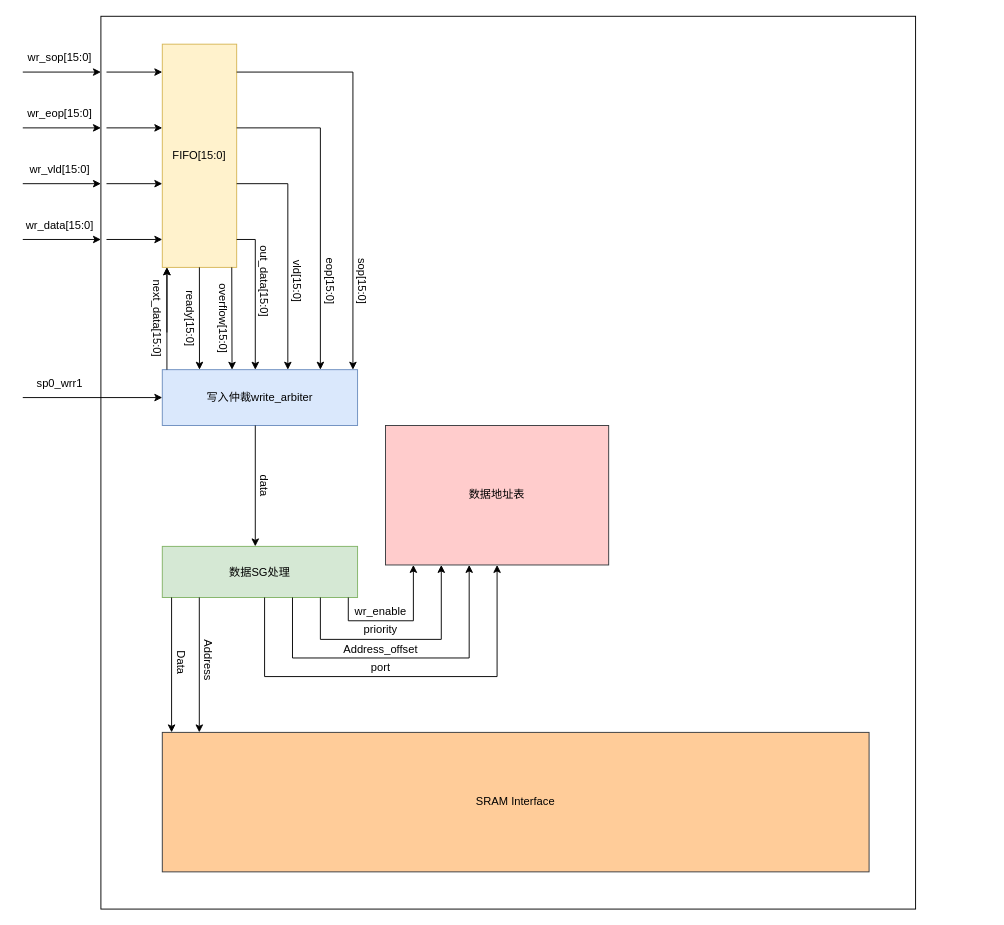
miilTgy/sram_ctl keeps this draw.io diagram as system_block.drawio. Above is the earlier version. Source tidied: cells renumbered, new cells numbered last; positions are measured from the earlier drawing's top-left corner, leaving out a move shared by most shapes. Both pictures are drawn from the tidied source at 93%, with x=0, y=0 at pixel (22, 16).
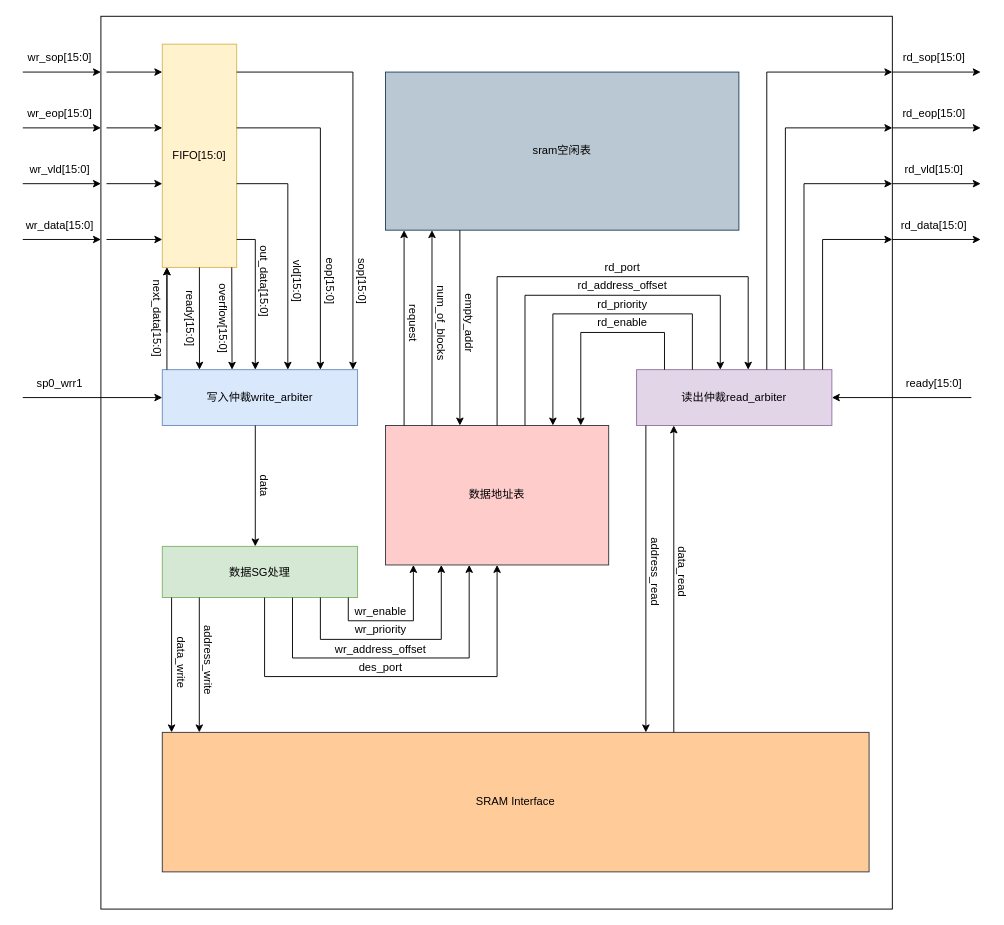
After the change.

Commit message (it also covers changes not shown here):
Modified system_block.

What changed in the source:
```diff
@@
     <mxCell id="2" style="rounded=0;whiteSpace=wrap;html=1;fillColor=none;" parent="1" vertex="1">
-      <mxGeometry x="84" width="876" height="960" as="geometry" />
+      <mxGeometry x="84" width="851" height="960" as="geometry" />
     </mxCell>
@@
-    <mxCell id="38" value="Data" style="text;html=1;align=center;verticalAlign=middle;whiteSpace=wrap;rounded=0;rotation=90;" parent="1" vertex="1">
+    <mxCell id="38" value="data_write" style="text;html=1;align=center;verticalAlign=middle;whiteSpace=wrap;rounded=0;rotation=90;" parent="1" vertex="1">
       <mxGeometry x="140" y="680" width="60" height="30" as="geometry" />
     </mxCell>
-    <mxCell id="39" value="Address" style="text;html=1;align=center;verticalAlign=middle;whiteSpace=wrap;rounded=0;rotation=90;" parent="1" vertex="1">
+    <mxCell id="39" value="address_write" style="text;html=1;align=center;verticalAlign=middle;whiteSpace=wrap;rounded=0;rotation=90;" parent="1" vertex="1">
       <mxGeometry x="170" y="677.5" width="60" height="30" as="geometry" />
     </mxCell>
@@
-    <mxCell id="44" value="priority" style="text;html=1;align=center;verticalAlign=middle;whiteSpace=wrap;rounded=0;" parent="1" vertex="1">
+    <mxCell id="44" value="wr_priority" style="text;html=1;align=center;verticalAlign=middle;whiteSpace=wrap;rounded=0;" parent="1" vertex="1">
       <mxGeometry x="355" y="645" width="60" height="30" as="geometry" />
     </mxCell>
@@
-    <mxCell id="46" value="Address_offset" style="text;html=1;align=center;verticalAlign=middle;whiteSpace=wrap;rounded=0;" parent="1" vertex="1">
+    <mxCell id="46" value="wr_address_offset" style="text;html=1;align=center;verticalAlign=middle;whiteSpace=wrap;rounded=0;" parent="1" vertex="1">
       <mxGeometry x="355" y="666" width="60" height="30" as="geometry" />
     </mxCell>
@@
-    <mxCell id="48" value="port" style="text;html=1;align=center;verticalAlign=middle;whiteSpace=wrap;rounded=0;" parent="1" vertex="1">
+    <mxCell id="48" value="des_port" style="text;html=1;align=center;verticalAlign=middle;whiteSpace=wrap;rounded=0;" parent="1" vertex="1">
       <mxGeometry x="355" y="685" width="60" height="30" as="geometry" />
     </mxCell>
@@
+    <mxCell id="51" value="读出仲裁read_arbiter" style="rounded=0;whiteSpace=wrap;html=1;fillColor=#e1d5e7;strokeColor=#9673a6;" parent="1" vertex="1">
+      <mxGeometry x="660" y="380" width="210" height="60" as="geometry" />
+    </mxCell>
+    <mxCell id="52" style="endArrow=classic;html=1;rounded=0;" parent="1" edge="1">
+      <mxGeometry relative="1" as="geometry">
+        <mxPoint x="670" y="440" as="sourcePoint" />
+        <mxPoint x="670" y="770" as="targetPoint" />
+      </mxGeometry>
+    </mxCell>
+    <mxCell id="53" value="address_read" style="text;html=1;align=center;verticalAlign=middle;whiteSpace=wrap;rounded=0;rotation=90;" parent="1" vertex="1">
+      <mxGeometry x="650" y="582.5" width="60" height="30" as="geometry" />
+    </mxCell>
+    <mxCell id="54" style="endArrow=classic;html=1;rounded=0;" parent="1" edge="1">
+      <mxGeometry relative="1" as="geometry">
+        <mxPoint x="700" y="770" as="sourcePoint" />
+        <mxPoint x="700" y="440" as="targetPoint" />
+      </mxGeometry>
+    </mxCell>
+    <mxCell id="55" value="data_read" style="text;html=1;align=center;verticalAlign=middle;whiteSpace=wrap;rounded=0;rotation=90;" parent="1" vertex="1">
+      <mxGeometry x="680" y="582.5" width="60" height="30" as="geometry" />
+    </mxCell>
+    <mxCell id="56" style="endArrow=classic;html=1;rounded=0;" parent="1" edge="1">
+      <mxGeometry relative="1" as="geometry">
+        <mxPoint x="690" y="380" as="sourcePoint" />
+        <mxPoint x="600" y="440" as="targetPoint" />
+        <Array as="points">
+          <mxPoint x="690" y="340" />
+          <mxPoint x="600" y="340" />
+        </Array>
+      </mxGeometry>
+    </mxCell>
+    <mxCell id="57" value="rd_enable" style="text;html=1;align=center;verticalAlign=middle;whiteSpace=wrap;rounded=0;" parent="1" vertex="1">
+      <mxGeometry x="615" y="315" width="60" height="30" as="geometry" />
+    </mxCell>
+    <mxCell id="58" style="endArrow=classic;html=1;rounded=0;" parent="1" edge="1">
+      <mxGeometry relative="1" as="geometry">
+        <mxPoint x="720" y="380" as="sourcePoint" />
+        <mxPoint x="570" y="440" as="targetPoint" />
+        <Array as="points">
+          <mxPoint x="720" y="320" />
+          <mxPoint x="570" y="320" />
+        </Array>
+      </mxGeometry>
+    </mxCell>
+    <mxCell id="59" value="rd_priority" style="text;html=1;align=center;verticalAlign=middle;whiteSpace=wrap;rounded=0;" parent="1" vertex="1">
+      <mxGeometry x="615" y="295" width="60" height="30" as="geometry" />
+    </mxCell>
+    <mxCell id="60" style="endArrow=classic;html=1;rounded=0;" parent="1" edge="1">
+      <mxGeometry relative="1" as="geometry">
+        <mxPoint x="540" y="440" as="sourcePoint" />
+        <mxPoint x="750" y="380" as="targetPoint" />
+        <Array as="points">
+          <mxPoint x="540" y="300" />
+          <mxPoint x="750" y="300" />
+        </Array>
+      </mxGeometry>
+    </mxCell>
+    <mxCell id="61" value="rd_address_offset" style="text;html=1;align=center;verticalAlign=middle;whiteSpace=wrap;rounded=0;" parent="1" vertex="1">
+      <mxGeometry x="615" y="275" width="60" height="30" as="geometry" />
+    </mxCell>
+    <mxCell id="62" style="endArrow=classic;html=1;rounded=0;" parent="1" edge="1">
+      <mxGeometry relative="1" as="geometry">
+        <mxPoint x="510" y="440" as="sourcePoint" />
+        <mxPoint x="780" y="380" as="targetPoint" />
+        <Array as="points">
+          <mxPoint x="510" y="280" />
+          <mxPoint x="780" y="280" />
+        </Array>
+      </mxGeometry>
+    </mxCell>
+    <mxCell id="63" value="rd_port" style="text;html=1;align=center;verticalAlign=middle;whiteSpace=wrap;rounded=0;" parent="1" vertex="1">
+      <mxGeometry x="615" y="255" width="60" height="30" as="geometry" />
+    </mxCell>
+    <mxCell id="64" style="endArrow=classic;html=1;rounded=0;" parent="1" edge="1">
+      <mxGeometry relative="1" as="geometry">
+        <mxPoint x="1020" y="410" as="sourcePoint" />
+        <mxPoint x="870" y="410" as="targetPoint" />
+      </mxGeometry>
+    </mxCell>
+    <mxCell id="65" value="ready[15:0]" style="text;html=1;align=center;verticalAlign=middle;whiteSpace=wrap;rounded=0;" parent="1" vertex="1">
+      <mxGeometry x="950" y="380" width="60" height="30" as="geometry" />
+    </mxCell>
+    <mxCell id="66" style="endArrow=classic;html=1;rounded=0;" parent="1" edge="1">
+      <mxGeometry relative="1" as="geometry">
+        <mxPoint x="800" y="380" as="sourcePoint" />
+        <mxPoint x="935" y="60" as="targetPoint" />
+        <Array as="points">
+          <mxPoint x="800" y="60" />
+        </Array>
+      </mxGeometry>
+    </mxCell>
+    <mxCell id="67" style="endArrow=classic;html=1;rounded=0;" parent="1" edge="1">
+      <mxGeometry relative="1" as="geometry">
+        <mxPoint x="820" y="380" as="sourcePoint" />
+        <mxPoint x="935" y="120" as="targetPoint" />
+        <Array as="points">
+          <mxPoint x="820" y="120" />
+        </Array>
+      </mxGeometry>
+    </mxCell>
+    <mxCell id="68" style="endArrow=classic;html=1;rounded=0;" parent="1" edge="1">
+      <mxGeometry relative="1" as="geometry">
+        <mxPoint x="840" y="380" as="sourcePoint" />
+        <mxPoint x="935" y="180" as="targetPoint" />
+        <Array as="points">
+          <mxPoint x="840" y="180" />
+        </Array>
+      </mxGeometry>
+    </mxCell>
+    <mxCell id="69" style="endArrow=classic;html=1;rounded=0;" parent="1" edge="1">
+      <mxGeometry relative="1" as="geometry">
+        <mxPoint x="860" y="380" as="sourcePoint" />
+        <mxPoint x="935" y="240" as="targetPoint" />
+        <Array as="points">
+          <mxPoint x="860" y="240" />
+        </Array>
+      </mxGeometry>
+    </mxCell>
+    <mxCell id="70" value="rd_sop[15:0]" style="text;html=1;align=center;verticalAlign=middle;whiteSpace=wrap;rounded=0;" parent="1" vertex="1">
+      <mxGeometry x="950" y="30" width="60" height="30" as="geometry" />
+    </mxCell>
+    <mxCell id="71" style="endArrow=classic;html=1;rounded=0;" parent="1" edge="1">
+      <mxGeometry relative="1" as="geometry">
+        <mxPoint x="935" y="60" as="sourcePoint" />
+        <mxPoint x="1030" y="60" as="targetPoint" />
+      </mxGeometry>
+    </mxCell>
+    <mxCell id="72" style="endArrow=classic;html=1;rounded=0;" parent="1" edge="1">
+      <mxGeometry relative="1" as="geometry">
+        <mxPoint x="935" y="120" as="sourcePoint" />
+        <mxPoint x="1030" y="120" as="targetPoint" />
+      </mxGeometry>
+    </mxCell>
+    <mxCell id="73" style="endArrow=classic;html=1;rounded=0;" parent="1" edge="1">
+      <mxGeometry relative="1" as="geometry">
+        <mxPoint x="935" y="180" as="sourcePoint" />
+        <mxPoint x="1030" y="180" as="targetPoint" />
+      </mxGeometry>
+    </mxCell>
+    <mxCell id="74" style="endArrow=classic;html=1;rounded=0;" parent="1" edge="1">
+      <mxGeometry relative="1" as="geometry">
+        <mxPoint x="935" y="240" as="sourcePoint" />
+        <mxPoint x="1030" y="240" as="targetPoint" />
+      </mxGeometry>
+    </mxCell>
+    <mxCell id="75" value="rd_eop[15:0]" style="text;html=1;align=center;verticalAlign=middle;whiteSpace=wrap;rounded=0;" parent="1" vertex="1">
+      <mxGeometry x="950" y="90" width="60" height="30" as="geometry" />
+    </mxCell>
+    <mxCell id="76" value="rd_vld[15:0]" style="text;html=1;align=center;verticalAlign=middle;whiteSpace=wrap;rounded=0;" parent="1" vertex="1">
+      <mxGeometry x="950" y="150" width="60" height="30" as="geometry" />
+    </mxCell>
+    <mxCell id="77" value="rd_data[15:0]" style="text;html=1;align=center;verticalAlign=middle;whiteSpace=wrap;rounded=0;" parent="1" vertex="1">
+      <mxGeometry x="950" y="210" width="60" height="30" as="geometry" />
+    </mxCell>
+    <mxCell id="78" value="sram空闲表" style="rounded=0;whiteSpace=wrap;html=1;fillColor=#bac8d3;strokeColor=#23445d;" parent="1" vertex="1">
+      <mxGeometry x="390" y="60" width="380" height="170" as="geometry" />
+    </mxCell>
+    <mxCell id="79" style="endArrow=classic;html=1;rounded=0;" parent="1" edge="1">
+      <mxGeometry relative="1" as="geometry">
+        <mxPoint x="410" y="440" as="sourcePoint" />
+        <mxPoint x="410" y="230" as="targetPoint" />
+      </mxGeometry>
+    </mxCell>
+    <mxCell id="80" style="endArrow=classic;html=1;rounded=0;" parent="1" edge="1">
+      <mxGeometry relative="1" as="geometry">
+        <mxPoint x="470" y="230" as="sourcePoint" />
+        <mxPoint x="470" y="440" as="targetPoint" />
+      </mxGeometry>
+    </mxCell>
+    <mxCell id="81" value="request" style="text;html=1;align=center;verticalAlign=middle;whiteSpace=wrap;rounded=0;rotation=90;" parent="1" vertex="1">
+      <mxGeometry x="390" y="315" width="60" height="30" as="geometry" />
+    </mxCell>
+    <mxCell id="82" value="empty_addr" style="text;html=1;align=center;verticalAlign=middle;whiteSpace=wrap;rounded=0;rotation=90;" parent="1" vertex="1">
+      <mxGeometry x="450" y="315" width="60" height="30" as="geometry" />
+    </mxCell>
+    <mxCell id="83" style="endArrow=classic;html=1;rounded=0;" parent="1" edge="1">
+      <mxGeometry relative="1" as="geometry">
+        <mxPoint x="440" y="440" as="sourcePoint" />
+        <mxPoint x="440" y="230" as="targetPoint" />
+      </mxGeometry>
+    </mxCell>
+    <mxCell id="84" value="num_of_blocks" style="text;html=1;align=center;verticalAlign=middle;whiteSpace=wrap;rounded=0;rotation=90;" parent="1" vertex="1">
+      <mxGeometry x="420" y="315" width="60" height="30" as="geometry" />
+    </mxCell>
```
